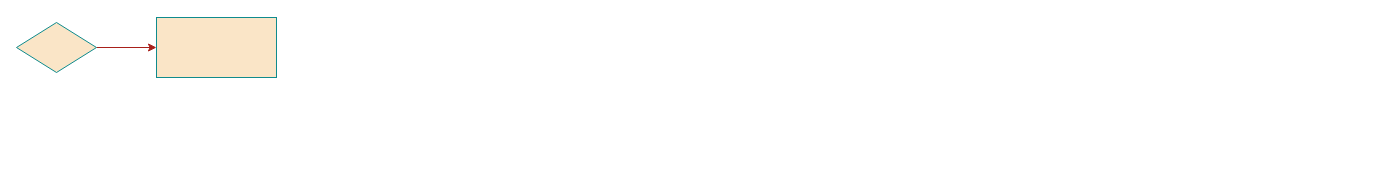
Earlier version of the draw.io diagram 1.drawio (mtpatient/flow_chart). Source tidied: cells renumbered, new cells numbered last; positions are measured from the earlier drawing's top-left corner, leaving out a move shared by most shapes. Both pictures are drawn from the tidied source at 100%, with x=0, y=0 at pixel (16, 17).
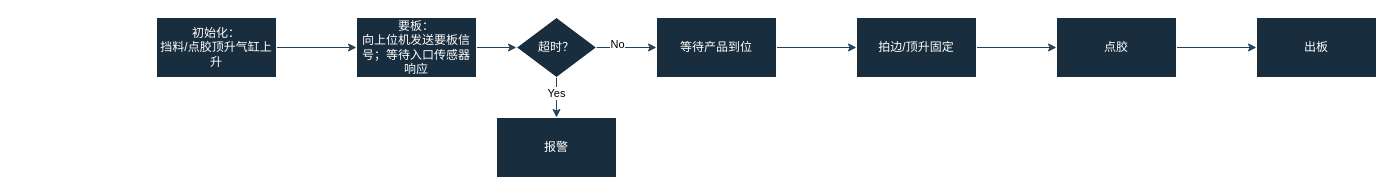
Above is the later version.

Change to the diagram source:
```diff
@@
 <mxGraphModel>
   <root>
     <mxCell id="0" />
     <mxCell id="1" parent="0" />
-    <mxCell id="2" style="edgeStyle=orthogonalEdgeStyle;rounded=0;jettySize=auto;html=1;labelBackgroundColor=none;strokeColor=#A8201A;fontColor=default;" parent="1" edge="1" source="3" target="4">
-      <mxGeometry relative="1" as="geometry" />
-    </mxCell>
-    <mxCell id="3" style="rhombus;whiteSpace=wrap;html=1;labelBackgroundColor=none;fillColor=#FAE5C7;strokeColor=#0F8B8D;fontColor=#143642;" parent="1" vertex="1">
-      <mxGeometry y="5" width="80" height="50" as="geometry" />
-    </mxCell>
+    <mxCell id="5" style="edgeStyle=orthogonalEdgeStyle;rounded=0;jettySize=auto;html=1;strokeColor=#23445D;" parent="1" edge="1" source="4" target="7">
+      <mxGeometry relative="1" as="geometry" />
+    </mxCell>
-    <mxCell id="4" style="whiteSpace=wrap;html=1;labelBackgroundColor=none;fillColor=#FAE5C7;strokeColor=#0F8B8D;fontColor=#143642;" parent="1" vertex="1">
+    <mxCell id="4" value="初始化：&lt;div&gt;挡料/点胶顶升气缸上升&lt;/div&gt;" style="whiteSpace=wrap;html=1;labelBackgroundColor=none;fillColor=#182E3E;strokeColor=#FFFFFF;fontColor=#FFFFFF;" parent="1" vertex="1">
       <mxGeometry x="140" width="120" height="60" as="geometry" />
     </mxCell>
+    <mxCell id="6" style="edgeStyle=orthogonalEdgeStyle;rounded=0;jettySize=auto;html=1;strokeColor=#23445D;" parent="1" edge="1" source="7" target="12">
+      <mxGeometry relative="1" as="geometry" />
+    </mxCell>
+    <mxCell id="7" value="要板：&lt;div&gt;向上位机发送要板信号；等待入口传感器响应&lt;/div&gt;" style="whiteSpace=wrap;html=1;fillColor=#182E3E;strokeColor=#FFFFFF;fontColor=#FFFFFF;labelBackgroundColor=none;" parent="1" vertex="1">
+      <mxGeometry x="340" width="120" height="60" as="geometry" />
+    </mxCell>
+    <mxCell id="8" style="edgeStyle=orthogonalEdgeStyle;rounded=0;jettySize=auto;html=1;exitX=1;exitY=0.5;exitDx=0;exitDy=0;entryX=0;entryY=0.5;entryDx=0;entryDy=0;strokeColor=#23445D;" parent="1" edge="1" source="12" target="14">
+      <mxGeometry relative="1" as="geometry" />
+    </mxCell>
+    <mxCell id="9" value="&lt;font color=&quot;#000000&quot;&gt;No&lt;/font&gt;" style="edgeLabel;html=1;align=center;verticalAlign=middle;strokeColor=#FFFFFF;fontColor=#FFFFFF;fillColor=#182E3E;" parent="8" vertex="1">
+      <mxGeometry x="-0.33" y="4" relative="1" as="geometry" />
+    </mxCell>
+    <mxCell id="10" style="edgeStyle=orthogonalEdgeStyle;rounded=0;jettySize=auto;html=1;strokeColor=#23445D;" parent="1" edge="1" source="12" target="15">
+      <mxGeometry relative="1" as="geometry" />
+    </mxCell>
+    <mxCell id="11" value="Yes" style="edgeLabel;html=1;align=center;verticalAlign=middle;strokeColor=#FFFFFF;fontColor=default;fillColor=#182E3E;" parent="10" vertex="1">
+      <mxGeometry x="-0.25" y="-1" relative="1" as="geometry" />
+    </mxCell>
+    <mxCell id="12" value="超时？" style="rhombus;whiteSpace=wrap;html=1;fillColor=#182E3E;strokeColor=#FFFFFF;fontColor=#FFFFFF;labelBackgroundColor=none;" parent="1" vertex="1">
+      <mxGeometry x="500" width="80" height="60" as="geometry" />
+    </mxCell>
+    <mxCell id="13" style="edgeStyle=orthogonalEdgeStyle;rounded=0;jettySize=auto;html=1;strokeColor=#23445D;" parent="1" edge="1" source="14" target="17">
+      <mxGeometry relative="1" as="geometry" />
+    </mxCell>
+    <mxCell id="14" value="等待产品到位" style="whiteSpace=wrap;html=1;fillColor=#182E3E;strokeColor=#FFFFFF;fontColor=#FFFFFF;labelBackgroundColor=none;" parent="1" vertex="1">
+      <mxGeometry x="640" width="120" height="60" as="geometry" />
+    </mxCell>
+    <mxCell id="15" value="报警" style="whiteSpace=wrap;html=1;fillColor=#182E3E;strokeColor=#FFFFFF;fontColor=#FFFFFF;labelBackgroundColor=none;" parent="1" vertex="1">
+      <mxGeometry x="480" y="100" width="120" height="60" as="geometry" />
+    </mxCell>
+    <mxCell id="16" style="edgeStyle=orthogonalEdgeStyle;rounded=0;jettySize=auto;html=1;strokeColor=#23445D;" parent="1" edge="1" source="17" target="19">
+      <mxGeometry relative="1" as="geometry" />
+    </mxCell>
+    <mxCell id="17" value="拍边/顶升固定" style="whiteSpace=wrap;html=1;fillColor=#182E3E;strokeColor=#FFFFFF;fontColor=#FFFFFF;labelBackgroundColor=none;" parent="1" vertex="1">
+      <mxGeometry x="840" width="120" height="60" as="geometry" />
+    </mxCell>
+    <mxCell id="18" style="edgeStyle=orthogonalEdgeStyle;rounded=0;jettySize=auto;html=1;strokeColor=#23445D;" parent="1" edge="1" source="19" target="20">
+      <mxGeometry relative="1" as="geometry" />
+    </mxCell>
+    <mxCell id="19" value="点胶" style="whiteSpace=wrap;html=1;fillColor=#182E3E;strokeColor=#FFFFFF;fontColor=#FFFFFF;labelBackgroundColor=none;" parent="1" vertex="1">
+      <mxGeometry x="1040" width="120" height="60" as="geometry" />
+    </mxCell>
+    <mxCell id="20" value="出板" style="whiteSpace=wrap;html=1;fillColor=#182E3E;strokeColor=#FFFFFF;fontColor=#FFFFFF;labelBackgroundColor=none;" parent="1" vertex="1">
+      <mxGeometry x="1240" width="120" height="60" as="geometry" />
+    </mxCell>
   </root>
 </mxGraphModel>
```
